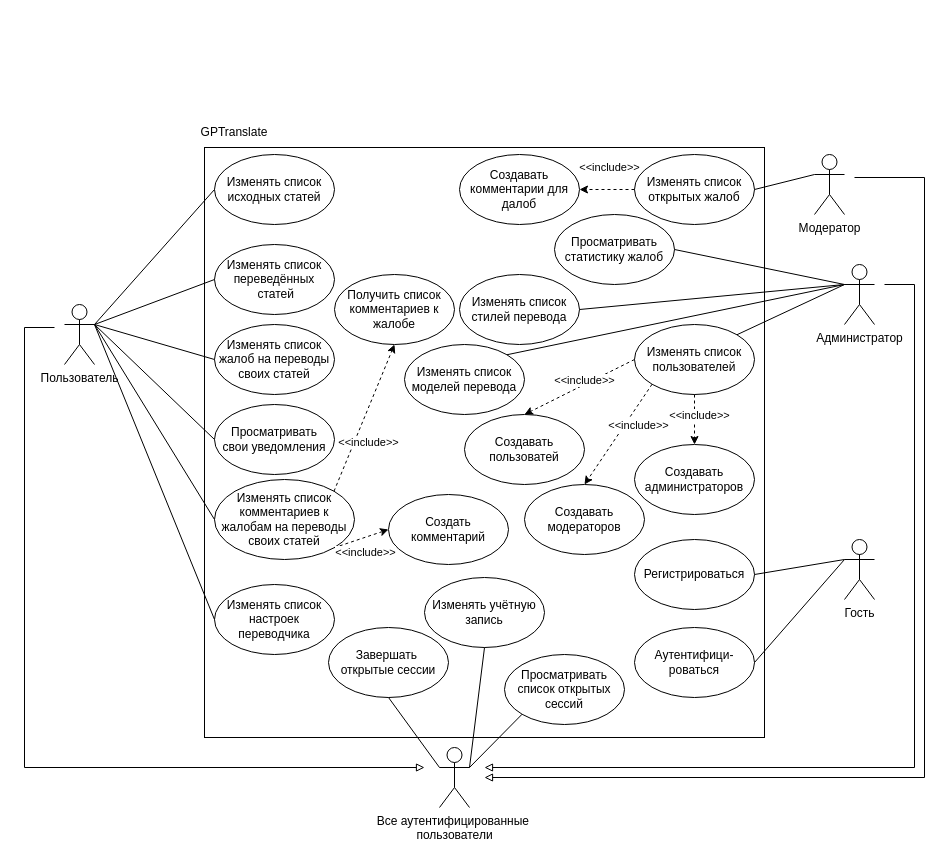
Before: _curse/docs/use-case.drawio in XoJIoDuJIHuK/7-term, a draw.io diagram. Source tidied: cells renumbered, new cells numbered last; positions are measured from the earlier drawing's top-left corner, leaving out a move shared by most shapes. Both pictures are drawn from the tidied source at 100%, with x=0, y=0 at pixel (24, 117).
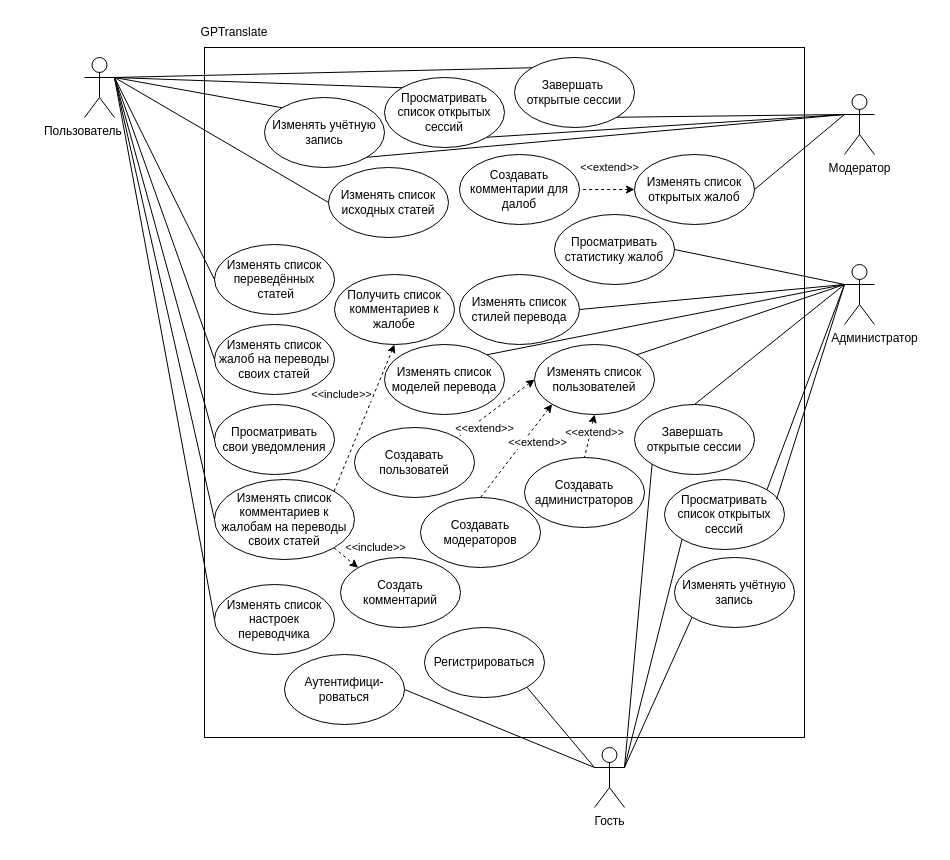
After the change.

Unchanged cells that the change refers to:
```xml
<mxCell id="8" value="Изменять список комментариев к жалобам на переводы своих статей" style="ellipse;whiteSpace=wrap;html=1;" parent="1" vertex="1">
  <mxGeometry x="190" y="362" width="140" height="80" as="geometry" />
</mxCell>
<mxCell id="21" value="Изменять список открытых жалоб" style="ellipse;whiteSpace=wrap;html=1;" parent="1" vertex="1">
  <mxGeometry x="610" y="37" width="120" height="70" as="geometry" />
</mxCell>
<mxCell id="22" value="Создавать комментарии для далоб" style="ellipse;whiteSpace=wrap;html=1;" parent="1" vertex="1">
  <mxGeometry x="435" y="37" width="120" height="70" as="geometry" />
</mxCell>
<mxCell id="48" style="rounded=0;jettySize=auto;html=1;exitX=1;exitY=0;exitDx=0;exitDy=0;entryX=0.5;entryY=1;entryDx=0;entryDy=0;dashed=1;" parent="1" edge="1" source="8" target="9">
  <mxGeometry relative="1" as="geometry" />
</mxCell>
```

Change to the diagram source:
```diff
@@
     <mxCell id="2" style="rounded=0;whiteSpace=wrap;html=1;" parent="1" vertex="1">
-      <mxGeometry x="180" y="30" width="560" height="590" as="geometry" />
+      <mxGeometry x="180" y="-70" width="600" height="690" as="geometry" />
     </mxCell>
-    <mxCell id="3" value="&lt;div&gt;П&lt;span style=&quot;background-color: initial;&quot;&gt;ользователь&lt;/span&gt;&lt;/div&gt;" style="shape=umlActor;verticalLabelPosition=bottom;verticalAlign=top;html=1;outlineConnect=0;" parent="1" vertex="1">
-      <mxGeometry x="40" y="187" width="30" height="60" as="geometry" />
+    <mxCell id="3" value="&lt;div&gt;П&lt;span style=&quot;background-color: initial;&quot;&gt;ользователь&amp;nbsp; &amp;nbsp; &amp;nbsp; &amp;nbsp; &amp;nbsp;&amp;nbsp;&lt;/span&gt;&lt;/div&gt;" style="shape=umlActor;verticalLabelPosition=bottom;verticalAlign=top;html=1;outlineConnect=0;" parent="1" vertex="1">
+      <mxGeometry x="60" y="-60" width="30" height="60" as="geometry" />
     </mxCell>
     <mxCell id="4" value="Изменять список исходных статей" style="ellipse;whiteSpace=wrap;html=1;" parent="1" vertex="1">
-      <mxGeometry x="190" y="37" width="120" height="70" as="geometry" />
+      <mxGeometry x="304" y="50" width="120" height="70" as="geometry" />
     </mxCell>
@@
     <mxCell id="10" value="Создать комментарий" style="ellipse;whiteSpace=wrap;html=1;" parent="1" vertex="1">
-      <mxGeometry x="364" y="377" width="120" height="70" as="geometry" />
+      <mxGeometry x="316" y="440" width="120" height="70" as="geometry" />
     </mxCell>
@@
-    <mxCell id="12" value="Администратор" style="shape=umlActor;verticalLabelPosition=bottom;verticalAlign=top;html=1;outlineConnect=0;" parent="1" vertex="1">
+    <mxCell id="12" value="&amp;nbsp; &amp;nbsp; &amp;nbsp; &amp;nbsp; &amp;nbsp;Администратор" style="shape=umlActor;verticalLabelPosition=bottom;verticalAlign=top;html=1;outlineConnect=0;" parent="1" vertex="1">
       <mxGeometry x="820" y="147" width="30" height="60" as="geometry" />
     </mxCell>
@@
     <mxCell id="14" value="Изменять список моделей перевода" style="ellipse;whiteSpace=wrap;html=1;" parent="1" vertex="1">
-      <mxGeometry x="380" y="227" width="120" height="70" as="geometry" />
+      <mxGeometry x="360" y="227" width="120" height="70" as="geometry" />
     </mxCell>
     <mxCell id="15" value="Изменять список пользователей" style="ellipse;whiteSpace=wrap;html=1;" parent="1" vertex="1">
-      <mxGeometry x="610" y="207" width="120" height="70" as="geometry" />
+      <mxGeometry x="510" y="227" width="120" height="70" as="geometry" />
     </mxCell>
@@
     <mxCell id="17" value="Создавать пользоватей" style="ellipse;whiteSpace=wrap;html=1;" parent="1" vertex="1">
-      <mxGeometry x="440" y="297" width="120" height="70" as="geometry" />
+      <mxGeometry x="330" y="310" width="120" height="70" as="geometry" />
     </mxCell>
     <mxCell id="18" value="Создавать модераторов" style="ellipse;whiteSpace=wrap;html=1;" parent="1" vertex="1">
-      <mxGeometry x="500" y="367" width="120" height="70" as="geometry" />
+      <mxGeometry x="396" y="380" width="120" height="70" as="geometry" />
     </mxCell>
     <mxCell id="19" value="Создавать администраторов" style="ellipse;whiteSpace=wrap;html=1;" parent="1" vertex="1">
-      <mxGeometry x="610" y="327" width="120" height="70" as="geometry" />
+      <mxGeometry x="500" y="340" width="120" height="70" as="geometry" />
     </mxCell>
     <mxCell id="20" value="Модератор" style="shape=umlActor;verticalLabelPosition=bottom;verticalAlign=top;html=1;outlineConnect=0;" parent="1" vertex="1">
-      <mxGeometry x="790" y="37" width="30" height="60" as="geometry" />
+      <mxGeometry x="820" y="-23" width="30" height="60" as="geometry" />
     </mxCell>
@@
-    <mxCell id="23" value="Все аутентифицированные&amp;nbsp;&lt;div&gt;пользователи&lt;/div&gt;" style="shape=umlActor;verticalLabelPosition=bottom;verticalAlign=top;html=1;outlineConnect=0;" parent="1" vertex="1">
-      <mxGeometry x="415" y="630" width="30" height="60" as="geometry" />
-    </mxCell>
     <mxCell id="24" value="Изменять учётную запись" style="ellipse;whiteSpace=wrap;html=1;" parent="1" vertex="1">
-      <mxGeometry x="400" y="460" width="120" height="70" as="geometry" />
+      <mxGeometry x="240" y="-20" width="120" height="70" as="geometry" />
     </mxCell>
     <mxCell id="25" value="Завершать&amp;nbsp;&lt;div&gt;открытые сессии&lt;/div&gt;" style="ellipse;whiteSpace=wrap;html=1;" parent="1" vertex="1">
-      <mxGeometry x="304" y="510" width="120" height="70" as="geometry" />
+      <mxGeometry x="490" y="-60" width="120" height="70" as="geometry" />
     </mxCell>
     <mxCell id="26" value="Просматривать&lt;div&gt;список открытых&lt;/div&gt;&lt;div&gt;сессий&lt;/div&gt;" style="ellipse;whiteSpace=wrap;html=1;" parent="1" vertex="1">
-      <mxGeometry x="480" y="537" width="120" height="70" as="geometry" />
+      <mxGeometry x="360" y="-40" width="120" height="70" as="geometry" />
     </mxCell>
     <mxCell id="27" value="Гость" style="shape=umlActor;verticalLabelPosition=bottom;verticalAlign=top;html=1;outlineConnect=0;" parent="1" vertex="1">
-      <mxGeometry x="820" y="422" width="30" height="60" as="geometry" />
+      <mxGeometry x="570" y="630" width="30" height="60" as="geometry" />
     </mxCell>
     <mxCell id="28" value="Регистрироваться" style="ellipse;whiteSpace=wrap;html=1;" parent="1" vertex="1">
-      <mxGeometry x="610" y="422" width="120" height="70" as="geometry" />
+      <mxGeometry x="400" y="510" width="120" height="70" as="geometry" />
     </mxCell>
-    <mxCell id="29" style="rounded=0;jettySize=auto;html=1;exitX=0;exitY=0.5;exitDx=0;exitDy=0;entryX=1;entryY=0.5;entryDx=0;entryDy=0;dashed=1;" parent="1" edge="1" source="21" target="22">
+    <mxCell id="29" style="rounded=0;jettySize=auto;html=1;exitX=0;exitY=0.5;exitDx=0;exitDy=0;entryX=1;entryY=0.5;entryDx=0;entryDy=0;dashed=1;startArrow=classic;startFill=1;endArrow=none;endFill=0;" parent="1" edge="1" source="21" target="22">
       <mxGeometry relative="1" as="geometry" />
     </mxCell>
-    <mxCell id="30" value="&amp;lt;&amp;lt;include&amp;gt;&amp;gt;" style="edgeLabel;html=1;align=center;verticalAlign=middle;" parent="29" vertex="1">
+    <mxCell id="30" value="&amp;lt;&amp;lt;extend&amp;gt;&amp;gt;" style="edgeLabel;html=1;align=center;verticalAlign=middle;" parent="29" vertex="1">
       <mxGeometry x="-0.16" y="1" relative="1" as="geometry">
         <mxPoint x="-3" y="-24" as="offset" />
       </mxGeometry>
     </mxCell>
-    <mxCell id="31" style="rounded=0;jettySize=auto;html=1;exitX=0;exitY=0.5;exitDx=0;exitDy=0;entryX=0.5;entryY=0;entryDx=0;entryDy=0;dashed=1;" parent="1" edge="1" source="15" target="17">
+    <mxCell id="31" style="rounded=0;jettySize=auto;html=1;exitX=0;exitY=0.5;exitDx=0;exitDy=0;entryX=1;entryY=0;entryDx=0;entryDy=0;dashed=1;startArrow=classic;startFill=1;endArrow=none;endFill=0;" parent="1" edge="1" source="15" target="17">
       <mxGeometry relative="1" as="geometry" />
     </mxCell>
-    <mxCell id="32" value="&amp;lt;&amp;lt;include&amp;gt;&amp;gt;" style="edgeLabel;html=1;align=center;verticalAlign=middle;" parent="31" vertex="1">
+    <mxCell id="32" value="&amp;lt;&amp;lt;extend&amp;gt;&amp;gt;" style="edgeLabel;html=1;align=center;verticalAlign=middle;" parent="31" vertex="1">
       <mxGeometry x="-0.16" y="1" relative="1" as="geometry">
-        <mxPoint x="-4" y="-4" as="offset" />
+        <mxPoint x="-18" y="23" as="offset" />
       </mxGeometry>
     </mxCell>
-    <mxCell id="33" style="rounded=0;jettySize=auto;html=1;exitX=0;exitY=1;exitDx=0;exitDy=0;entryX=0.5;entryY=0;entryDx=0;entryDy=0;dashed=1;" parent="1" edge="1" source="15" target="18">
+    <mxCell id="33" style="rounded=0;jettySize=auto;html=1;exitX=0;exitY=1;exitDx=0;exitDy=0;entryX=0.5;entryY=0;entryDx=0;entryDy=0;dashed=1;startArrow=classic;startFill=1;endArrow=none;endFill=0;" parent="1" edge="1" source="15" target="18">
       <mxGeometry relative="1" as="geometry" />
     </mxCell>
-    <mxCell id="34" value="&amp;lt;&amp;lt;include&amp;gt;&amp;gt;" style="edgeLabel;html=1;align=center;verticalAlign=middle;" parent="33" vertex="1">
+    <mxCell id="34" value="&amp;lt;&amp;lt;extend&amp;gt;&amp;gt;" style="edgeLabel;html=1;align=center;verticalAlign=middle;" parent="33" vertex="1">
       <mxGeometry x="-0.16" y="1" relative="1" as="geometry">
         <mxPoint x="14" y="-2" as="offset" />
       </mxGeometry>
     </mxCell>
-    <mxCell id="35" style="rounded=0;jettySize=auto;html=1;exitX=0.5;exitY=1;exitDx=0;exitDy=0;entryX=0.5;entryY=0;entryDx=0;entryDy=0;dashed=1;" parent="1" edge="1" source="15" target="19">
+    <mxCell id="35" style="rounded=0;jettySize=auto;html=1;exitX=0.5;exitY=1;exitDx=0;exitDy=0;entryX=0.5;entryY=0;entryDx=0;entryDy=0;dashed=1;startArrow=classic;startFill=1;endArrow=none;endFill=0;" parent="1" edge="1" source="15" target="19">
       <mxGeometry relative="1" as="geometry" />
     </mxCell>
-    <mxCell id="36" value="&amp;lt;&amp;lt;include&amp;gt;&amp;gt;" style="edgeLabel;html=1;align=center;verticalAlign=middle;" parent="35" vertex="1">
+    <mxCell id="36" value="&amp;lt;&amp;lt;extend&amp;gt;&amp;gt;" style="edgeLabel;html=1;align=center;verticalAlign=middle;" parent="35" vertex="1">
       <mxGeometry x="-0.16" y="1" relative="1" as="geometry">
         <mxPoint x="3" y="-1" as="offset" />
       </mxGeometry>
     </mxCell>
@@
-    <mxCell id="46" style="rounded=0;jettySize=auto;html=1;exitX=1;exitY=1;exitDx=0;exitDy=0;entryX=0;entryY=0.5;entryDx=0;entryDy=0;dashed=1;" parent="1" edge="1" source="8" target="10">
+    <mxCell id="46" style="rounded=0;jettySize=auto;html=1;exitX=1;exitY=1;exitDx=0;exitDy=0;entryX=0;entryY=0;entryDx=0;entryDy=0;dashed=1;" parent="1" edge="1" source="8" target="10">
       <mxGeometry relative="1" as="geometry" />
     </mxCell>
     <mxCell id="47" value="&amp;lt;&amp;lt;include&amp;gt;&amp;gt;" style="edgeLabel;html=1;align=center;verticalAlign=middle;" parent="46" vertex="1">
       <mxGeometry x="-0.16" y="1" relative="1" as="geometry">
-        <mxPoint x="9" y="13" as="offset" />
+        <mxPoint x="30" y="-8" as="offset" />
       </mxGeometry>
     </mxCell>
@@
     <mxCell id="49" value="&amp;lt;&amp;lt;include&amp;gt;&amp;gt;" style="edgeLabel;html=1;align=center;verticalAlign=middle;" parent="48" vertex="1">
       <mxGeometry x="-0.16" y="1" relative="1" as="geometry">
-        <mxPoint x="9" y="13" as="offset" />
+        <mxPoint x="-18" y="-35" as="offset" />
       </mxGeometry>
     </mxCell>
-    <mxCell id="50" style="rounded=0;jettySize=auto;html=1;exitX=0.5;exitY=1;exitDx=0;exitDy=0;entryX=0;entryY=0.3333333333333333;entryDx=0;entryDy=0;startArrow=none;startFill=0;endArrow=none;endFill=0;entryPerimeter=0;" parent="1" edge="1" source="25" target="23">
-      <mxGeometry relative="1" as="geometry" />
-    </mxCell>
-    <mxCell id="51" style="rounded=0;jettySize=auto;html=1;exitX=0.5;exitY=1;exitDx=0;exitDy=0;entryX=1;entryY=0.3333333333333333;entryDx=0;entryDy=0;startArrow=none;startFill=0;endArrow=none;endFill=0;entryPerimeter=0;" parent="1" edge="1" source="24" target="23">
-      <mxGeometry relative="1" as="geometry" />
-    </mxCell>
-    <mxCell id="52" style="rounded=0;jettySize=auto;html=1;exitX=0;exitY=1;exitDx=0;exitDy=0;entryX=1;entryY=0.3333333333333333;entryDx=0;entryDy=0;startArrow=none;startFill=0;endArrow=none;endFill=0;entryPerimeter=0;" parent="1" edge="1" source="26" target="23">
-      <mxGeometry relative="1" as="geometry" />
-    </mxCell>
-    <mxCell id="53" style="rounded=0;jettySize=auto;html=1;exitX=1;exitY=0.5;exitDx=0;exitDy=0;entryX=0;entryY=0.3333333333333333;entryDx=0;entryDy=0;startArrow=none;startFill=0;endArrow=none;endFill=0;entryPerimeter=0;" parent="1" edge="1" source="28" target="27">
+    <mxCell id="53" style="rounded=0;jettySize=auto;html=1;exitX=1;exitY=1;exitDx=0;exitDy=0;entryX=0;entryY=0.3333333333333333;entryDx=0;entryDy=0;startArrow=none;startFill=0;endArrow=none;endFill=0;entryPerimeter=0;" parent="1" edge="1" source="28" target="27">
       <mxGeometry relative="1" as="geometry" />
     </mxCell>
     <mxCell id="54" value="GPTranslate" style="text;html=1;align=center;verticalAlign=middle;whiteSpace=wrap;rounded=0;" parent="1" vertex="1">
-      <mxGeometry x="180" width="60" height="30" as="geometry" />
+      <mxGeometry x="180" y="-100" width="60" height="30" as="geometry" />
     </mxCell>
@@
     <mxCell id="57" value="Аутентифици-&lt;div&gt;роваться&lt;/div&gt;" style="ellipse;whiteSpace=wrap;html=1;" parent="1" vertex="1">
-      <mxGeometry x="610" y="510" width="120" height="70" as="geometry" />
+      <mxGeometry x="260" y="537" width="120" height="70" as="geometry" />
     </mxCell>
@@
-    <mxCell id="59" style="edgeStyle=orthogonalEdgeStyle;rounded=0;orthogonalLoop=1;jettySize=auto;html=1;endArrow=block;endFill=0;" parent="1" edge="1">
-      <mxGeometry relative="1" as="geometry">
-        <mxPoint x="860" y="167" as="sourcePoint" />
-        <mxPoint x="460" y="650" as="targetPoint" />
-        <Array as="points">
-          <mxPoint x="890" y="167" />
-          <mxPoint x="890" y="650" />
-        </Array>
-      </mxGeometry>
-    </mxCell>
-    <mxCell id="60" style="edgeStyle=orthogonalEdgeStyle;rounded=0;orthogonalLoop=1;jettySize=auto;html=1;endArrow=block;endFill=0;" parent="1" edge="1">
-      <mxGeometry relative="1" as="geometry">
-        <mxPoint x="830" y="60" as="sourcePoint" />
-        <mxPoint x="460" y="660" as="targetPoint" />
-        <Array as="points">
-          <mxPoint x="900" y="60" />
-          <mxPoint x="900" y="660" />
-        </Array>
-      </mxGeometry>
-    </mxCell>
-    <mxCell id="61" style="edgeStyle=orthogonalEdgeStyle;rounded=0;orthogonalLoop=1;jettySize=auto;html=1;endArrow=block;endFill=0;" parent="1" edge="1">
-      <mxGeometry relative="1" as="geometry">
-        <mxPoint x="30" y="210" as="sourcePoint" />
-        <mxPoint x="400" y="650" as="targetPoint" />
-        <Array as="points">
-          <mxPoint y="210" />
-          <mxPoint y="650" />
-        </Array>
-      </mxGeometry>
-    </mxCell>
+    <mxCell id="62" style="rounded=0;jettySize=auto;html=1;exitX=0;exitY=0.3333333333333333;exitDx=0;exitDy=0;exitPerimeter=0;entryX=1;entryY=1;entryDx=0;entryDy=0;startArrow=none;startFill=0;endArrow=none;endFill=0;" parent="1" edge="1" source="20" target="24">
+      <mxGeometry relative="1" as="geometry" />
+    </mxCell>
+    <mxCell id="63" style="rounded=0;jettySize=auto;html=1;exitX=0;exitY=0.3333333333333333;exitDx=0;exitDy=0;exitPerimeter=0;entryX=1;entryY=1;entryDx=0;entryDy=0;startArrow=none;startFill=0;endArrow=none;endFill=0;" parent="1" edge="1" source="20" target="25">
+      <mxGeometry relative="1" as="geometry" />
+    </mxCell>
+    <mxCell id="64" style="rounded=0;jettySize=auto;html=1;exitX=0;exitY=0.3333333333333333;exitDx=0;exitDy=0;exitPerimeter=0;entryX=1;entryY=1;entryDx=0;entryDy=0;startArrow=none;startFill=0;endArrow=none;endFill=0;" parent="1" edge="1" source="20" target="26">
+      <mxGeometry relative="1" as="geometry" />
+    </mxCell>
+    <mxCell id="65" style="rounded=0;jettySize=auto;html=1;exitX=0;exitY=0;exitDx=0;exitDy=0;entryX=1;entryY=0.3333333333333333;entryDx=0;entryDy=0;startArrow=none;startFill=0;endArrow=none;endFill=0;entryPerimeter=0;" parent="1" edge="1" source="24" target="3">
+      <mxGeometry relative="1" as="geometry" />
+    </mxCell>
+    <mxCell id="66" style="rounded=0;jettySize=auto;html=1;exitX=0;exitY=0;exitDx=0;exitDy=0;entryX=1;entryY=0.3333333333333333;entryDx=0;entryDy=0;startArrow=none;startFill=0;endArrow=none;endFill=0;entryPerimeter=0;" parent="1" edge="1" source="26" target="3">
+      <mxGeometry relative="1" as="geometry" />
+    </mxCell>
+    <mxCell id="67" style="rounded=0;jettySize=auto;html=1;exitX=0;exitY=0;exitDx=0;exitDy=0;entryX=1;entryY=0.3333333333333333;entryDx=0;entryDy=0;startArrow=none;startFill=0;endArrow=none;endFill=0;entryPerimeter=0;" parent="1" edge="1" source="25" target="3">
+      <mxGeometry relative="1" as="geometry" />
+    </mxCell>
+    <mxCell id="68" value="Завершать&amp;nbsp;&lt;div&gt;открытые сессии&lt;/div&gt;" style="ellipse;whiteSpace=wrap;html=1;" parent="1" vertex="1">
+      <mxGeometry x="610" y="287" width="120" height="70" as="geometry" />
+    </mxCell>
+    <mxCell id="69" value="Просматривать&lt;div&gt;список открытых&lt;/div&gt;&lt;div&gt;сессий&lt;/div&gt;" style="ellipse;whiteSpace=wrap;html=1;" parent="1" vertex="1">
+      <mxGeometry x="640" y="362" width="120" height="70" as="geometry" />
+    </mxCell>
+    <mxCell id="70" value="Изменять учётную запись" style="ellipse;whiteSpace=wrap;html=1;" parent="1" vertex="1">
+      <mxGeometry x="650" y="440" width="120" height="70" as="geometry" />
+    </mxCell>
+    <mxCell id="71" style="rounded=0;jettySize=auto;html=1;exitX=0;exitY=1;exitDx=0;exitDy=0;entryX=1;entryY=0.3333333333333333;entryDx=0;entryDy=0;startArrow=none;startFill=0;endArrow=none;endFill=0;entryPerimeter=0;" parent="1" edge="1" source="68" target="27">
+      <mxGeometry relative="1" as="geometry" />
+    </mxCell>
+    <mxCell id="72" style="rounded=0;jettySize=auto;html=1;exitX=0;exitY=1;exitDx=0;exitDy=0;entryX=1;entryY=0.3333333333333333;entryDx=0;entryDy=0;startArrow=none;startFill=0;endArrow=none;endFill=0;entryPerimeter=0;" parent="1" edge="1" source="69" target="27">
+      <mxGeometry relative="1" as="geometry" />
+    </mxCell>
+    <mxCell id="73" style="rounded=0;jettySize=auto;html=1;exitX=0;exitY=1;exitDx=0;exitDy=0;entryX=1;entryY=0.3333333333333333;entryDx=0;entryDy=0;startArrow=none;startFill=0;endArrow=none;endFill=0;entryPerimeter=0;" parent="1" edge="1" source="70" target="27">
+      <mxGeometry relative="1" as="geometry" />
+    </mxCell>
+    <mxCell id="74" style="rounded=0;jettySize=auto;html=1;exitX=0;exitY=0.3333333333333333;exitDx=0;exitDy=0;exitPerimeter=0;entryX=0.5;entryY=0;entryDx=0;entryDy=0;startArrow=none;startFill=0;endArrow=none;endFill=0;" parent="1" edge="1" source="12" target="68">
+      <mxGeometry relative="1" as="geometry" />
+    </mxCell>
+    <mxCell id="75" style="rounded=0;jettySize=auto;html=1;exitX=0;exitY=0.3333333333333333;exitDx=0;exitDy=0;exitPerimeter=0;entryX=1;entryY=0;entryDx=0;entryDy=0;startArrow=none;startFill=0;endArrow=none;endFill=0;" parent="1" edge="1" source="12" target="69">
+      <mxGeometry relative="1" as="geometry" />
+    </mxCell>
+    <mxCell id="76" style="rounded=0;jettySize=auto;html=1;exitX=0;exitY=0.3333333333333333;exitDx=0;exitDy=0;exitPerimeter=0;entryX=1;entryY=0;entryDx=0;entryDy=0;startArrow=none;startFill=0;endArrow=none;endFill=0;" parent="1" edge="1" source="12">
+      <mxGeometry relative="1" as="geometry">
+        <mxPoint x="752" y="382" as="targetPoint" />
+      </mxGeometry>
+    </mxCell>
```
